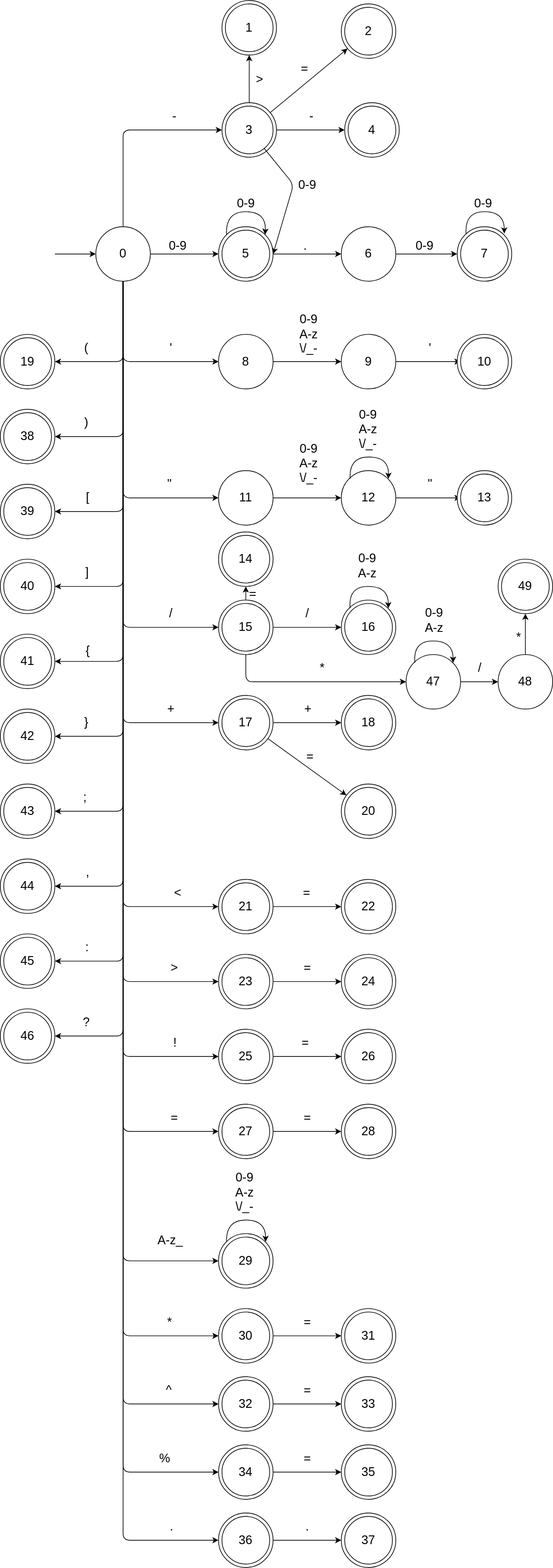
Before: automato.drawio.svg, a diagram exported from draw.io (eduardo-marca/Projeto-Compiladores). Source tidied: cells renumbered, new cells last; positions are measured from the earlier drawing's top-left corner, leaving out a move shared by most shapes.
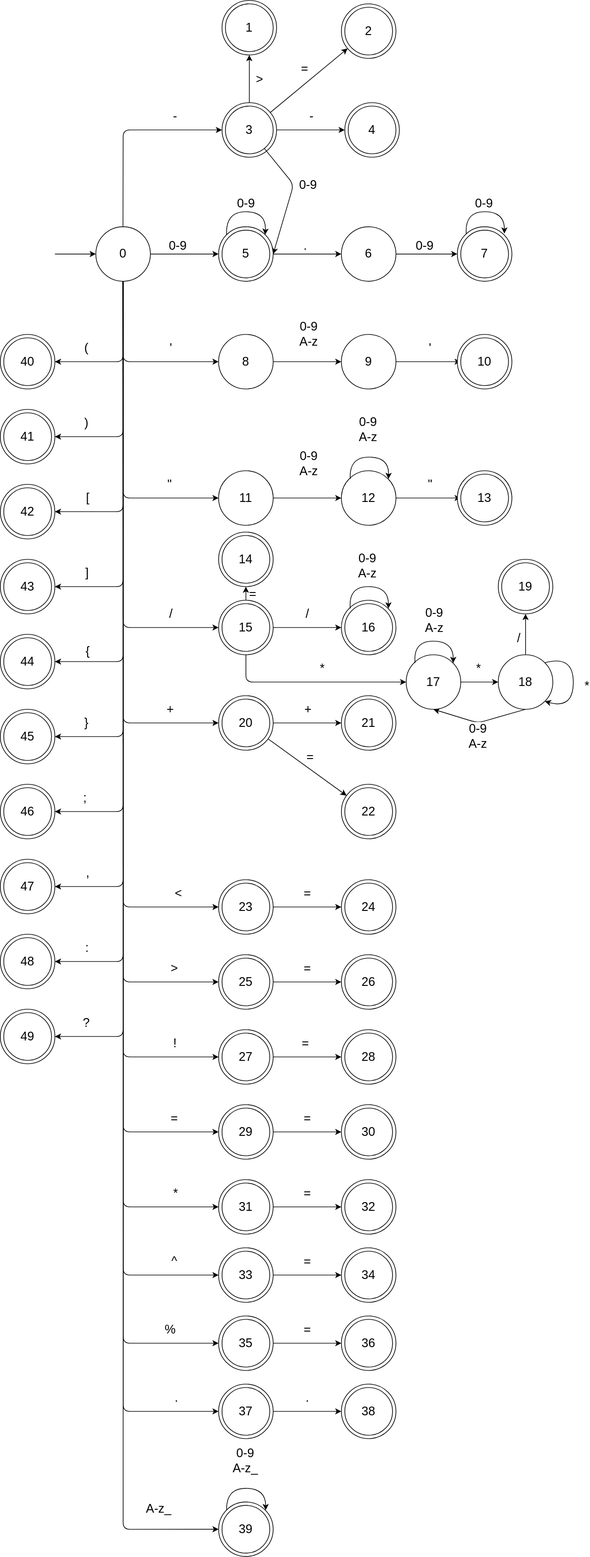
The same file after the commit.

What changed in the source:
```diff
@@ -111,3 +111,3 @@
         <Array as="points">
-          <mxPoint x="180" y="1850" />
+          <mxPoint x="180" y="2243" />
         </Array>
@@ -135,3 +135,3 @@
         <Array as="points">
-          <mxPoint x="180" y="2060" />
+          <mxPoint x="180" y="1870" />
         </Array>
@@ -147,3 +147,3 @@
         <Array as="points">
-          <mxPoint x="180" y="1960" />
+          <mxPoint x="180" y="1770" />
         </Array>
@@ -159,3 +159,3 @@
         <Array as="points">
-          <mxPoint x="180" y="2160" />
+          <mxPoint x="180" y="1970" />
         </Array>
@@ -171,3 +171,3 @@
         <Array as="points">
-          <mxPoint x="180" y="2260" />
+          <mxPoint x="180" y="2070" />
         </Array>
@@ -365,3 +365,3 @@
     </mxCell>
-    <mxCell id="67" value="0-9&lt;div&gt;A-z&lt;/div&gt;&lt;div&gt;\/_-&lt;/div&gt;" style="edgeLabel;html=1;align=center;verticalAlign=middle;fontSize=18;" parent="66" vertex="1">
+    <mxCell id="67" value="0-9&lt;div&gt;A-z&lt;/div&gt;" style="edgeLabel;html=1;align=center;verticalAlign=middle;fontSize=18;" parent="66" vertex="1">
       <mxGeometry x="0.04" relative="1" as="geometry">
@@ -393,3 +393,3 @@
     </mxCell>
-    <mxCell id="75" value="0-9&lt;div&gt;A-z&lt;/div&gt;&lt;div&gt;\/_-&lt;/div&gt;" style="edgeLabel;html=1;align=center;verticalAlign=middle;fontSize=18;" parent="74" vertex="1">
+    <mxCell id="75" value="0-9&lt;div&gt;A-z&lt;/div&gt;" style="edgeLabel;html=1;align=center;verticalAlign=middle;fontSize=18;" parent="74" vertex="1">
       <mxGeometry x="0.04" relative="1" as="geometry">
@@ -428,3 +428,3 @@
     </mxCell>
-    <mxCell id="83" value="0-9&lt;div&gt;A-z&lt;/div&gt;&lt;div&gt;\/_-&lt;/div&gt;" style="edgeLabel;html=1;align=center;verticalAlign=middle;fontSize=18;" parent="82" vertex="1">
+    <mxCell id="83" value="0-9&lt;div&gt;A-z&lt;/div&gt;" style="edgeLabel;html=1;align=center;verticalAlign=middle;fontSize=18;" parent="82" vertex="1">
       <mxGeometry x="0.21" y="-3" relative="1" as="geometry">
@@ -507,3 +507,3 @@
     </mxCell>
-    <mxCell id="101" value="17" style="ellipse;whiteSpace=wrap;html=1;fontSize=18;" parent="1" vertex="1">
+    <mxCell id="101" value="20" style="ellipse;whiteSpace=wrap;html=1;fontSize=18;" parent="1" vertex="1">
       <mxGeometry x="325" y="1025" width="70" height="70" as="geometry" />
@@ -513,3 +513,3 @@
     </mxCell>
-    <mxCell id="103" value="18" style="ellipse;whiteSpace=wrap;html=1;fontSize=18;" parent="1" vertex="1">
+    <mxCell id="103" value="21" style="ellipse;whiteSpace=wrap;html=1;fontSize=18;" parent="1" vertex="1">
       <mxGeometry x="505" y="1025" width="70" height="70" as="geometry" />
@@ -577,21 +577,21 @@
     </mxCell>
-    <mxCell id="121" value="21" style="ellipse;whiteSpace=wrap;html=1;fontSize=18;" parent="1" vertex="1">
+    <mxCell id="121" value="23" style="ellipse;whiteSpace=wrap;html=1;fontSize=18;" parent="1" vertex="1">
       <mxGeometry x="325" y="1295" width="70" height="70" as="geometry" />
     </mxCell>
-    <mxCell id="122" value="22" style="ellipse;whiteSpace=wrap;html=1;fontSize=18;" parent="1" vertex="1">
+    <mxCell id="122" value="24" style="ellipse;whiteSpace=wrap;html=1;fontSize=18;" parent="1" vertex="1">
       <mxGeometry x="505" y="1295" width="70" height="70" as="geometry" />
     </mxCell>
-    <mxCell id="123" value="23" style="ellipse;whiteSpace=wrap;html=1;fontSize=18;" parent="1" vertex="1">
+    <mxCell id="123" value="25" style="ellipse;whiteSpace=wrap;html=1;fontSize=18;" parent="1" vertex="1">
       <mxGeometry x="325" y="1405" width="70" height="70" as="geometry" />
     </mxCell>
-    <mxCell id="124" value="24" style="ellipse;whiteSpace=wrap;html=1;fontSize=18;" parent="1" vertex="1">
+    <mxCell id="124" value="26" style="ellipse;whiteSpace=wrap;html=1;fontSize=18;" parent="1" vertex="1">
       <mxGeometry x="505" y="1405" width="70" height="70" as="geometry" />
     </mxCell>
-    <mxCell id="125" value="26" style="ellipse;whiteSpace=wrap;html=1;fontSize=18;" parent="1" vertex="1">
+    <mxCell id="125" value="28" style="ellipse;whiteSpace=wrap;html=1;fontSize=18;" parent="1" vertex="1">
       <mxGeometry x="505" y="1515" width="70" height="70" as="geometry" />
     </mxCell>
-    <mxCell id="126" value="28" style="ellipse;whiteSpace=wrap;html=1;fontSize=18;" parent="1" vertex="1">
+    <mxCell id="126" value="30" style="ellipse;whiteSpace=wrap;html=1;fontSize=18;" parent="1" vertex="1">
       <mxGeometry x="505" y="1625" width="70" height="70" as="geometry" />
     </mxCell>
-    <mxCell id="127" value="27" style="ellipse;whiteSpace=wrap;html=1;fontSize=18;" parent="1" vertex="1">
+    <mxCell id="127" value="29" style="ellipse;whiteSpace=wrap;html=1;fontSize=18;" parent="1" vertex="1">
       <mxGeometry x="325" y="1625" width="70" height="70" as="geometry" />
@@ -599,3 +599,3 @@
     <mxCell id="128" style="ellipse;whiteSpace=wrap;html=1;fontSize=18;" parent="1" vertex="1">
-      <mxGeometry x="320" y="1810" width="80" height="80" as="geometry" />
+      <mxGeometry x="320" y="2202.9" width="80" height="80" as="geometry" />
     </mxCell>
@@ -603,6 +603,6 @@
       <mxGeometry relative="1" as="geometry">
-        <mxPoint x="389" y="1822" as="targetPoint" />
+        <mxPoint x="389" y="2214.9" as="targetPoint" />
         <Array as="points">
-          <mxPoint x="331" y="1790" />
-          <mxPoint x="389" y="1790" />
+          <mxPoint x="331" y="2182.9" />
+          <mxPoint x="389" y="2182.9" />
         </Array>
@@ -610,3 +610,3 @@
     </mxCell>
-    <mxCell id="130" value="0-9&lt;div&gt;A-z&lt;/div&gt;&lt;div&gt;\/_-&lt;/div&gt;" style="edgeLabel;html=1;align=center;verticalAlign=middle;fontSize=18;" parent="129" vertex="1">
+    <mxCell id="130" value="0-9&lt;div&gt;A-z_&lt;/div&gt;" style="edgeLabel;html=1;align=center;verticalAlign=middle;fontSize=18;" parent="129" vertex="1">
       <mxGeometry x="0.21" y="-3" relative="1" as="geometry">
@@ -615,4 +615,4 @@
     </mxCell>
-    <mxCell id="131" value="29" style="ellipse;whiteSpace=wrap;html=1;fontSize=18;" parent="1" vertex="1">
-      <mxGeometry x="325" y="1815" width="70" height="70" as="geometry" />
+    <mxCell id="131" value="39" style="ellipse;whiteSpace=wrap;html=1;fontSize=18;" parent="1" vertex="1">
+      <mxGeometry x="325" y="2207.9" width="70" height="70" as="geometry" />
     </mxCell>
@@ -677,3 +677,3 @@
     </mxCell>
-    <mxCell id="147" value="25" style="ellipse;whiteSpace=wrap;html=1;fontSize=18;" parent="1" vertex="1">
+    <mxCell id="147" value="27" style="ellipse;whiteSpace=wrap;html=1;fontSize=18;" parent="1" vertex="1">
       <mxGeometry x="325" y="1515" width="70" height="70" as="geometry" />
@@ -689,3 +689,3 @@
     </mxCell>
-    <mxCell id="151" value="20" style="ellipse;whiteSpace=wrap;html=1;fontSize=18;" parent="1" vertex="1">
+    <mxCell id="151" value="22" style="ellipse;whiteSpace=wrap;html=1;fontSize=18;" parent="1" vertex="1">
       <mxGeometry x="505" y="1155" width="70" height="70" as="geometry" />
@@ -701,12 +701,12 @@
     <mxCell id="154" style="ellipse;whiteSpace=wrap;html=1;fontSize=18;" parent="1" vertex="1">
-      <mxGeometry x="320" y="1920" width="80" height="80" as="geometry" />
+      <mxGeometry x="320" y="1730" width="80" height="80" as="geometry" />
     </mxCell>
     <mxCell id="155" style="ellipse;whiteSpace=wrap;html=1;fontSize=18;" parent="1" vertex="1">
-      <mxGeometry x="500" y="1920" width="80" height="80" as="geometry" />
+      <mxGeometry x="500" y="1730" width="80" height="80" as="geometry" />
     </mxCell>
-    <mxCell id="156" value="31" style="ellipse;whiteSpace=wrap;html=1;fontSize=18;" parent="1" vertex="1">
-      <mxGeometry x="505" y="1925" width="70" height="70" as="geometry" />
+    <mxCell id="156" value="32" style="ellipse;whiteSpace=wrap;html=1;fontSize=18;" parent="1" vertex="1">
+      <mxGeometry x="505" y="1735" width="70" height="70" as="geometry" />
     </mxCell>
-    <mxCell id="157" value="30" style="ellipse;whiteSpace=wrap;html=1;fontSize=18;" parent="1" vertex="1">
-      <mxGeometry x="325" y="1925" width="70" height="70" as="geometry" />
+    <mxCell id="157" value="31" style="ellipse;whiteSpace=wrap;html=1;fontSize=18;" parent="1" vertex="1">
+      <mxGeometry x="325" y="1735" width="70" height="70" as="geometry" />
     </mxCell>
@@ -721,12 +721,12 @@
     <mxCell id="160" style="ellipse;whiteSpace=wrap;html=1;fontSize=18;" parent="1" vertex="1">
-      <mxGeometry x="320" y="2020" width="80" height="80" as="geometry" />
+      <mxGeometry x="320" y="1830" width="80" height="80" as="geometry" />
     </mxCell>
     <mxCell id="161" style="ellipse;whiteSpace=wrap;html=1;fontSize=18;" parent="1" vertex="1">
-      <mxGeometry x="500" y="2020" width="80" height="80" as="geometry" />
+      <mxGeometry x="500" y="1830" width="80" height="80" as="geometry" />
     </mxCell>
-    <mxCell id="162" value="33" style="ellipse;whiteSpace=wrap;html=1;fontSize=18;" parent="1" vertex="1">
-      <mxGeometry x="505" y="2025" width="70" height="70" as="geometry" />
+    <mxCell id="162" value="34" style="ellipse;whiteSpace=wrap;html=1;fontSize=18;" parent="1" vertex="1">
+      <mxGeometry x="505" y="1835" width="70" height="70" as="geometry" />
     </mxCell>
-    <mxCell id="163" value="32" style="ellipse;whiteSpace=wrap;html=1;fontSize=18;" parent="1" vertex="1">
-      <mxGeometry x="325" y="2025" width="70" height="70" as="geometry" />
+    <mxCell id="163" value="33" style="ellipse;whiteSpace=wrap;html=1;fontSize=18;" parent="1" vertex="1">
+      <mxGeometry x="325" y="1835" width="70" height="70" as="geometry" />
     </mxCell>
@@ -741,12 +741,12 @@
     <mxCell id="166" style="ellipse;whiteSpace=wrap;html=1;fontSize=18;" parent="1" vertex="1">
-      <mxGeometry x="320" y="2120" width="80" height="80" as="geometry" />
+      <mxGeometry x="320" y="1930" width="80" height="80" as="geometry" />
     </mxCell>
     <mxCell id="167" style="ellipse;whiteSpace=wrap;html=1;fontSize=18;" parent="1" vertex="1">
-      <mxGeometry x="500" y="2120" width="80" height="80" as="geometry" />
+      <mxGeometry x="500" y="1930" width="80" height="80" as="geometry" />
     </mxCell>
-    <mxCell id="168" value="35" style="ellipse;whiteSpace=wrap;html=1;fontSize=18;" parent="1" vertex="1">
-      <mxGeometry x="505" y="2125" width="70" height="70" as="geometry" />
+    <mxCell id="168" value="36" style="ellipse;whiteSpace=wrap;html=1;fontSize=18;" parent="1" vertex="1">
+      <mxGeometry x="505" y="1935" width="70" height="70" as="geometry" />
     </mxCell>
-    <mxCell id="169" value="34" style="ellipse;whiteSpace=wrap;html=1;fontSize=18;" parent="1" vertex="1">
-      <mxGeometry x="325" y="2125" width="70" height="70" as="geometry" />
+    <mxCell id="169" value="35" style="ellipse;whiteSpace=wrap;html=1;fontSize=18;" parent="1" vertex="1">
+      <mxGeometry x="325" y="1935" width="70" height="70" as="geometry" />
     </mxCell>
@@ -767,12 +767,12 @@
     <mxCell id="174" style="ellipse;whiteSpace=wrap;html=1;fontSize=18;" parent="1" vertex="1">
-      <mxGeometry x="320" y="2220" width="80" height="80" as="geometry" />
+      <mxGeometry x="320" y="2030" width="80" height="80" as="geometry" />
     </mxCell>
     <mxCell id="175" style="ellipse;whiteSpace=wrap;html=1;fontSize=18;" parent="1" vertex="1">
-      <mxGeometry x="500" y="2220" width="80" height="80" as="geometry" />
+      <mxGeometry x="500" y="2030" width="80" height="80" as="geometry" />
     </mxCell>
-    <mxCell id="176" value="37" style="ellipse;whiteSpace=wrap;html=1;fontSize=18;" parent="1" vertex="1">
-      <mxGeometry x="505" y="2225" width="70" height="70" as="geometry" />
+    <mxCell id="176" value="38" style="ellipse;whiteSpace=wrap;html=1;fontSize=18;" parent="1" vertex="1">
+      <mxGeometry x="505" y="2035" width="70" height="70" as="geometry" />
     </mxCell>
-    <mxCell id="177" value="36" style="ellipse;whiteSpace=wrap;html=1;fontSize=18;" parent="1" vertex="1">
-      <mxGeometry x="325" y="2225" width="70" height="70" as="geometry" />
+    <mxCell id="177" value="37" style="ellipse;whiteSpace=wrap;html=1;fontSize=18;" parent="1" vertex="1">
+      <mxGeometry x="325" y="2035" width="70" height="70" as="geometry" />
     </mxCell>
@@ -808,30 +808,30 @@
     </mxCell>
-    <mxCell id="188" value="19" style="ellipse;whiteSpace=wrap;html=1;fontSize=18;" parent="1" vertex="1">
+    <mxCell id="188" value="40" style="ellipse;whiteSpace=wrap;html=1;fontSize=18;" parent="1" vertex="1">
       <mxGeometry x="5" y="495" width="70" height="70" as="geometry" />
     </mxCell>
-    <mxCell id="189" value="38" style="ellipse;whiteSpace=wrap;html=1;fontSize=18;" parent="1" vertex="1">
+    <mxCell id="189" value="41" style="ellipse;whiteSpace=wrap;html=1;fontSize=18;" parent="1" vertex="1">
       <mxGeometry x="5" y="605" width="70" height="70" as="geometry" />
     </mxCell>
-    <mxCell id="190" value="39" style="ellipse;whiteSpace=wrap;html=1;fontSize=18;" parent="1" vertex="1">
+    <mxCell id="190" value="42" style="ellipse;whiteSpace=wrap;html=1;fontSize=18;" parent="1" vertex="1">
       <mxGeometry x="5" y="715" width="70" height="70" as="geometry" />
     </mxCell>
-    <mxCell id="191" value="40" style="ellipse;whiteSpace=wrap;html=1;fontSize=18;" parent="1" vertex="1">
+    <mxCell id="191" value="43" style="ellipse;whiteSpace=wrap;html=1;fontSize=18;" parent="1" vertex="1">
       <mxGeometry x="5" y="825" width="70" height="70" as="geometry" />
     </mxCell>
-    <mxCell id="192" value="41" style="ellipse;whiteSpace=wrap;html=1;fontSize=18;" parent="1" vertex="1">
+    <mxCell id="192" value="44" style="ellipse;whiteSpace=wrap;html=1;fontSize=18;" parent="1" vertex="1">
       <mxGeometry x="5" y="935" width="70" height="70" as="geometry" />
     </mxCell>
-    <mxCell id="193" value="42" style="ellipse;whiteSpace=wrap;html=1;fontSize=18;" parent="1" vertex="1">
+    <mxCell id="193" value="45" style="ellipse;whiteSpace=wrap;html=1;fontSize=18;" parent="1" vertex="1">
       <mxGeometry x="5" y="1045" width="70" height="70" as="geometry" />
     </mxCell>
-    <mxCell id="194" value="43" style="ellipse;whiteSpace=wrap;html=1;fontSize=18;" parent="1" vertex="1">
+    <mxCell id="194" value="46" style="ellipse;whiteSpace=wrap;html=1;fontSize=18;" parent="1" vertex="1">
       <mxGeometry x="5" y="1155" width="70" height="70" as="geometry" />
     </mxCell>
-    <mxCell id="195" value="44" style="ellipse;whiteSpace=wrap;html=1;fontSize=18;" parent="1" vertex="1">
+    <mxCell id="195" value="47" style="ellipse;whiteSpace=wrap;html=1;fontSize=18;" parent="1" vertex="1">
       <mxGeometry x="5" y="1265" width="70" height="70" as="geometry" />
     </mxCell>
-    <mxCell id="196" value="45" style="ellipse;whiteSpace=wrap;html=1;fontSize=18;" parent="1" vertex="1">
+    <mxCell id="196" value="48" style="ellipse;whiteSpace=wrap;html=1;fontSize=18;" parent="1" vertex="1">
       <mxGeometry x="5" y="1375" width="70" height="70" as="geometry" />
     </mxCell>
-    <mxCell id="197" value="46" style="ellipse;whiteSpace=wrap;html=1;fontSize=18;" parent="1" vertex="1">
+    <mxCell id="197" value="49" style="ellipse;whiteSpace=wrap;html=1;fontSize=18;" parent="1" vertex="1">
       <mxGeometry x="5" y="1485" width="70" height="70" as="geometry" />
@@ -841,3 +841,3 @@
     </mxCell>
-    <mxCell id="199" value="*" style="edgeLabel;html=1;align=center;verticalAlign=middle;fontSize=18;" parent="198" vertex="1">
+    <mxCell id="199" value="/" style="edgeLabel;html=1;align=center;verticalAlign=middle;fontSize=18;" parent="198" vertex="1">
       <mxGeometry x="-0.1" y="1" relative="1" as="geometry">
@@ -846,3 +846,15 @@
     </mxCell>
+    <mxCell id="208" style="edgeStyle=none;html=1;entryX=0.5;entryY=1;entryDx=0;entryDy=0;exitX=0.5;exitY=1;exitDx=0;exitDy=0;fontSize=18;" parent="1" edge="1" source="200" target="205">
+      <mxGeometry relative="1" as="geometry">
+        <Array as="points">
+          <mxPoint x="700" y="1060" />
+        </Array>
+      </mxGeometry>
+    </mxCell>
+    <mxCell id="209" value="0-9&lt;div&gt;A-z&lt;/div&gt;" style="edgeLabel;html=1;align=center;verticalAlign=middle;fontSize=18;" parent="208" vertex="1">
+      <mxGeometry x="-0.55" y="1" relative="1" as="geometry">
+        <mxPoint x="-40" y="30" as="offset" />
+      </mxGeometry>
+    </mxCell>
-    <mxCell id="200" value="48" style="ellipse;whiteSpace=wrap;html=1;fontSize=18;" parent="1" vertex="1">
+    <mxCell id="200" value="18" style="ellipse;whiteSpace=wrap;html=1;fontSize=18;" parent="1" vertex="1">
       <mxGeometry x="730" y="960" width="80" height="80" as="geometry" />
@@ -852,3 +864,3 @@
     </mxCell>
-    <mxCell id="202" value="49" style="ellipse;whiteSpace=wrap;html=1;fontSize=18;" parent="1" vertex="1">
+    <mxCell id="202" value="19" style="ellipse;whiteSpace=wrap;html=1;fontSize=18;" parent="1" vertex="1">
       <mxGeometry x="735" y="825" width="70" height="70" as="geometry" />
@@ -858,8 +870,8 @@
     </mxCell>
-    <mxCell id="204" value="/" style="edgeLabel;html=1;align=center;verticalAlign=middle;fontSize=18;" parent="203" vertex="1">
+    <mxCell id="204" value="*" style="edgeLabel;html=1;align=center;verticalAlign=middle;fontSize=18;" parent="203" vertex="1">
       <mxGeometry x="0.02" y="3" relative="1" as="geometry">
-        <mxPoint y="-17" as="offset" />
+        <mxPoint x="-3" y="-17" as="offset" />
       </mxGeometry>
     </mxCell>
-    <mxCell id="205" value="47" style="ellipse;whiteSpace=wrap;html=1;fontSize=18;" parent="1" vertex="1">
+    <mxCell id="205" value="17" style="ellipse;whiteSpace=wrap;html=1;fontSize=18;" parent="1" vertex="1">
       <mxGeometry x="595" y="960" width="80" height="80" as="geometry" />
@@ -881,2 +893,15 @@
     </mxCell>
+    <mxCell id="210" style="curved=1;endArrow=classic;html=1;exitX=1;exitY=0;exitDx=0;exitDy=0;entryX=1;entryY=1;entryDx=0;entryDy=0;fontSize=18;" parent="1" edge="1" source="200" target="200">
+      <mxGeometry relative="1" as="geometry">
+        <Array as="points">
+          <mxPoint x="840" y="960" />
+          <mxPoint x="840" y="1040" />
+        </Array>
+      </mxGeometry>
+    </mxCell>
+    <mxCell id="211" value="*" style="edgeLabel;html=1;align=center;verticalAlign=middle;fontSize=18;" parent="210" vertex="1">
+      <mxGeometry x="0.21" y="-3" relative="1" as="geometry">
+        <mxPoint x="23" y="-12" as="offset" />
+      </mxGeometry>
+    </mxCell>
   </root>
```
